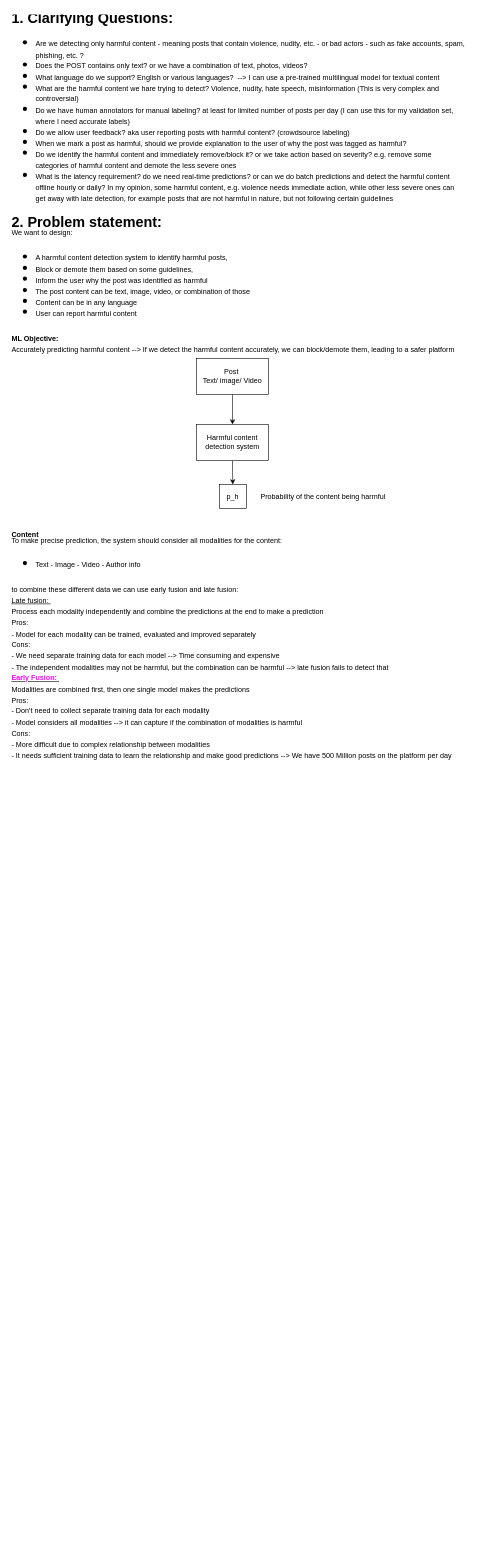
Before: Harmful_Content_Detection.drawio in SanazBehbahani/ML-System-Design, a draw.io diagram. Source tidied: cells renumbered, new cells numbered last; positions are measured from the earlier drawing's top-left corner, leaving out a move shared by most shapes. Both pictures are drawn from the tidied source at 60%, with x=0, y=0 at pixel (10, 10).
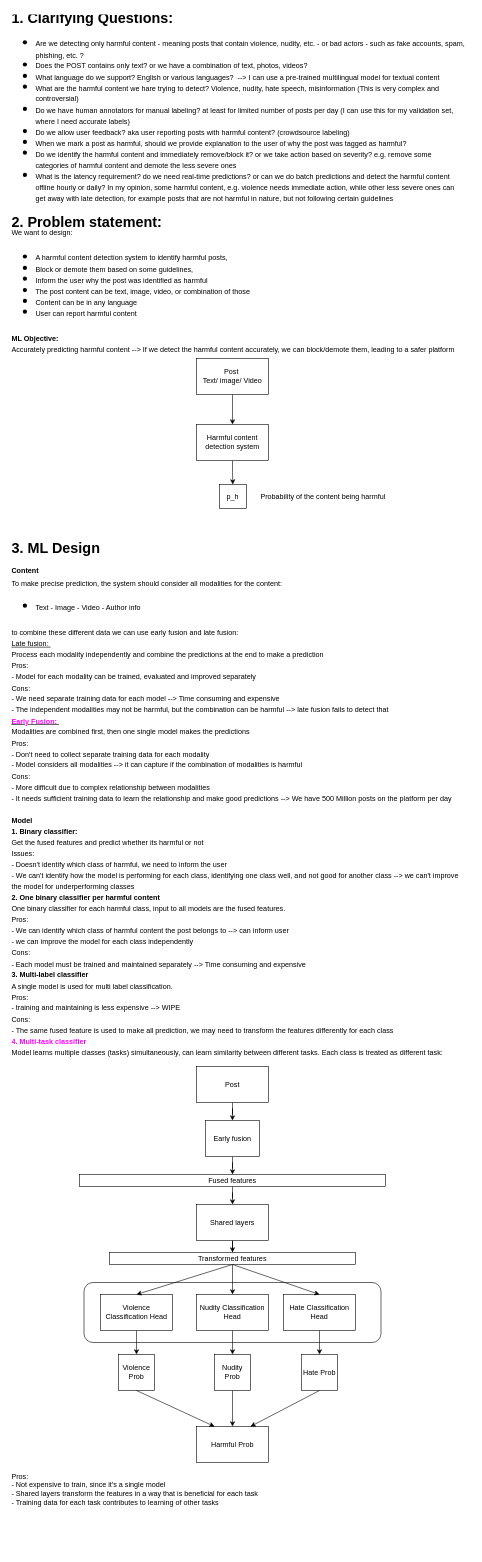
The same page after the edit.

The edit, as a diff of the source:
```diff
@@
+    <mxCell id="11" style="rounded=1;whiteSpace=wrap;html=1;labelBackgroundColor=default;" parent="1" vertex="1">
+      <mxGeometry x="122.5" y="2120" width="495" height="100" as="geometry" />
+    </mxCell>
@@
-    <mxCell id="10" value="&lt;b&gt;Content&lt;/b&gt;&lt;div style=&quot;line-height: 60%;&quot;&gt;To make&amp;nbsp;precise prediction, the system should consider all modalities for the content:&amp;nbsp;&lt;/div&gt;&lt;h1 style=&quot;margin-top: 0px; line-height: 60%;&quot;&gt;&lt;div style=&quot;line-height: 60%;&quot;&gt;&lt;ul style=&quot;line-height: 60%;&quot;&gt;&lt;li style=&quot;text-align: left;&quot;&gt;&lt;span style=&quot;font-size: 12px; font-weight: normal;&quot;&gt;Text - Image - Video - Author info&lt;/span&gt;&lt;/li&gt;&lt;/ul&gt;&lt;div style=&quot;text-align: left; line-height: 60%;&quot;&gt;&lt;span style=&quot;font-size: 12px; font-weight: normal;&quot;&gt;to combine these different data we can use early fusion and late fusion:&amp;nbsp;&lt;/span&gt;&lt;/div&gt;&lt;div style=&quot;text-align: left; line-height: 60%;&quot;&gt;&lt;span style=&quot;font-size: 12px; font-weight: normal;&quot;&gt;&lt;u&gt;Late fusion:&amp;nbsp;&lt;/u&gt;&lt;/span&gt;&lt;/div&gt;&lt;div style=&quot;text-align: left; line-height: 60%;&quot;&gt;&lt;span style=&quot;font-size: 12px; font-weight: normal;&quot;&gt;Process each modality independently and combine the predictions at the end to make a prediction&lt;/span&gt;&lt;/div&gt;&lt;div style=&quot;text-align: left; line-height: 60%;&quot;&gt;&lt;span style=&quot;font-size: 12px; font-weight: normal;&quot;&gt;Pros:&lt;/span&gt;&lt;/div&gt;&lt;div style=&quot;line-height: 60%;&quot;&gt;&lt;span style=&quot;font-size: 12px; font-weight: 400;&quot;&gt;- Model for each modality can be trained, evaluated and improved&amp;nbsp;separately&lt;/span&gt;&lt;/div&gt;&lt;div style=&quot;line-height: 60%;&quot;&gt;&lt;span style=&quot;font-size: 12px; font-weight: 400;&quot;&gt;Cons:&lt;/span&gt;&lt;/div&gt;&lt;div style=&quot;line-height: 60%;&quot;&gt;&lt;span style=&quot;font-size: 12px; font-weight: 400;&quot;&gt;- We need separate training data for each model --&amp;gt; Time consuming and expensive&lt;/span&gt;&lt;/div&gt;&lt;div style=&quot;line-height: 60%;&quot;&gt;&lt;span style=&quot;font-size: 12px; font-weight: 400;&quot;&gt;- The independent modalities may not be harmful, but the combination can be harmful --&amp;gt; late fusion fails to detect that&lt;/span&gt;&lt;/div&gt;&lt;div style=&quot;line-height: 60%;&quot;&gt;&lt;span style=&quot;font-size: 12px;&quot;&gt;&lt;u&gt;&lt;font color=&quot;#ff00ff&quot;&gt;Early Fusion:&amp;nbsp;&lt;/font&gt;&lt;/u&gt;&lt;/span&gt;&lt;/div&gt;&lt;div style=&quot;line-height: 60%;&quot;&gt;&lt;span style=&quot;font-size: 12px; font-weight: 400;&quot;&gt;Modalities are combined first, then one single model makes the predictions&lt;/span&gt;&lt;/div&gt;&lt;div style=&quot;line-height: 60%;&quot;&gt;&lt;span style=&quot;font-size: 12px; font-weight: 400;&quot;&gt;Pros:&amp;nbsp;&lt;/span&gt;&lt;/div&gt;&lt;div style=&quot;line-height: 60%;&quot;&gt;&lt;span style=&quot;font-size: 12px; font-weight: 400;&quot;&gt;- Don't need to collect separate training data for each modality&lt;/span&gt;&lt;/div&gt;&lt;div style=&quot;line-height: 60%;&quot;&gt;&lt;span style=&quot;font-size: 12px; font-weight: 400;&quot;&gt;- Model considers all modalities --&amp;gt; it can capture if the combination of modalities is harmful&lt;/span&gt;&lt;/div&gt;&lt;div style=&quot;line-height: 60%;&quot;&gt;&lt;span style=&quot;font-size: 12px; font-weight: 400;&quot;&gt;Cons:&amp;nbsp;&lt;/span&gt;&lt;/div&gt;&lt;div style=&quot;line-height: 60%;&quot;&gt;&lt;span style=&quot;font-size: 12px; font-weight: 400;&quot;&gt;- More difficult due to complex relationship between modalities&lt;/span&gt;&lt;/div&gt;&lt;div style=&quot;line-height: 60%;&quot;&gt;&lt;span style=&quot;font-size: 12px; font-weight: 400;&quot;&gt;- It needs sufficient training data to learn the relationship and make good predictions --&amp;gt; We have 500 Million posts on the platform per day&lt;/span&gt;&lt;/div&gt;&lt;div style=&quot;text-align: center; line-height: 60%;&quot;&gt;&lt;span style=&quot;font-size: 12px; font-weight: 400;&quot;&gt;&lt;br&gt;&lt;/span&gt;&lt;/div&gt;&lt;div style=&quot;text-align: left; line-height: 60%;&quot;&gt;&lt;span style=&quot;font-size: 12px; font-weight: 400;&quot;&gt;&lt;br&gt;&lt;/span&gt;&lt;/div&gt;&lt;/div&gt;&lt;div style=&quot;line-height: 60%;&quot;&gt;&lt;span style=&quot;font-size: 12px; font-weight: normal;&quot;&gt;&lt;br&gt;&lt;/span&gt;&lt;/div&gt;&lt;/h1&gt;" style="text;html=1;align=left;verticalAlign=top;whiteSpace=wrap;rounded=0;" parent="1" vertex="1">
+    <mxCell id="10" value="&lt;h4&gt;&lt;font style=&quot;font-size: 24px;&quot;&gt;3. ML Design&lt;/font&gt;&lt;/h4&gt;&lt;p style=&quot;line-height: 110%;&quot;&gt;&lt;b&gt;Content&lt;/b&gt;&lt;/p&gt;&lt;div style=&quot;line-height: 60%;&quot;&gt;To make&amp;nbsp;precise prediction, the system should consider all modalities for the content:&amp;nbsp;&lt;/div&gt;&lt;h1 style=&quot;margin-top: 0px; line-height: 60%;&quot;&gt;&lt;div style=&quot;line-height: 60%;&quot;&gt;&lt;ul style=&quot;line-height: 60%;&quot;&gt;&lt;li style=&quot;text-align: left;&quot;&gt;&lt;span style=&quot;font-size: 12px; font-weight: normal;&quot;&gt;Text - Image - Video - Author info&lt;/span&gt;&lt;/li&gt;&lt;/ul&gt;&lt;div style=&quot;text-align: left; line-height: 60%;&quot;&gt;&lt;span style=&quot;font-size: 12px; font-weight: normal;&quot;&gt;to combine these different data we can use early fusion and late fusion:&amp;nbsp;&lt;/span&gt;&lt;/div&gt;&lt;div style=&quot;text-align: left; line-height: 60%;&quot;&gt;&lt;span style=&quot;font-size: 12px; font-weight: normal;&quot;&gt;&lt;u&gt;Late fusion:&amp;nbsp;&lt;/u&gt;&lt;/span&gt;&lt;/div&gt;&lt;div style=&quot;text-align: left; line-height: 60%;&quot;&gt;&lt;span style=&quot;font-size: 12px; font-weight: normal;&quot;&gt;Process each modality independently and combine the predictions at the end to make a prediction&lt;/span&gt;&lt;/div&gt;&lt;div style=&quot;text-align: left; line-height: 60%;&quot;&gt;&lt;span style=&quot;font-size: 12px; font-weight: normal;&quot;&gt;Pros:&lt;/span&gt;&lt;/div&gt;&lt;div style=&quot;line-height: 60%;&quot;&gt;&lt;span style=&quot;font-size: 12px; font-weight: 400;&quot;&gt;- Model for each modality can be trained, evaluated and improved&amp;nbsp;separately&lt;/span&gt;&lt;/div&gt;&lt;div style=&quot;line-height: 60%;&quot;&gt;&lt;span style=&quot;font-size: 12px; font-weight: 400;&quot;&gt;Cons:&lt;/span&gt;&lt;/div&gt;&lt;div style=&quot;line-height: 60%;&quot;&gt;&lt;span style=&quot;font-size: 12px; font-weight: 400;&quot;&gt;- We need separate training data for each model --&amp;gt; Time consuming and expensive&lt;/span&gt;&lt;/div&gt;&lt;div style=&quot;line-height: 60%;&quot;&gt;&lt;span style=&quot;font-size: 12px; font-weight: 400;&quot;&gt;- The independent modalities may not be harmful, but the combination can be harmful --&amp;gt; late fusion fails to detect that&lt;/span&gt;&lt;/div&gt;&lt;div style=&quot;line-height: 60%;&quot;&gt;&lt;span style=&quot;font-size: 12px;&quot;&gt;&lt;u&gt;&lt;font color=&quot;#ff00ff&quot;&gt;Early Fusion:&amp;nbsp;&lt;/font&gt;&lt;/u&gt;&lt;/span&gt;&lt;/div&gt;&lt;div style=&quot;line-height: 60%;&quot;&gt;&lt;span style=&quot;font-size: 12px; font-weight: 400;&quot;&gt;Modalities are combined first, then one single model makes the predictions&lt;/span&gt;&lt;/div&gt;&lt;div style=&quot;line-height: 60%;&quot;&gt;&lt;span style=&quot;font-size: 12px; font-weight: 400;&quot;&gt;Pros:&amp;nbsp;&lt;/span&gt;&lt;/div&gt;&lt;div style=&quot;line-height: 60%;&quot;&gt;&lt;span style=&quot;font-size: 12px; font-weight: 400;&quot;&gt;- Don't need to collect separate training data for each modality&lt;/span&gt;&lt;/div&gt;&lt;div style=&quot;line-height: 60%;&quot;&gt;&lt;span style=&quot;font-size: 12px; font-weight: 400;&quot;&gt;- Model considers all modalities --&amp;gt; it can capture if the combination of modalities is harmful&lt;/span&gt;&lt;/div&gt;&lt;div style=&quot;line-height: 60%;&quot;&gt;&lt;span style=&quot;font-size: 12px; font-weight: 400;&quot;&gt;Cons:&amp;nbsp;&lt;/span&gt;&lt;/div&gt;&lt;div style=&quot;line-height: 60%;&quot;&gt;&lt;span style=&quot;font-size: 12px; font-weight: 400;&quot;&gt;- More difficult due to complex relationship between modalities&lt;/span&gt;&lt;/div&gt;&lt;div style=&quot;line-height: 60%;&quot;&gt;&lt;span style=&quot;font-size: 12px; font-weight: 400;&quot;&gt;- It needs sufficient training data to learn the relationship and make good predictions --&amp;gt; We have 500 Million posts on the platform per day&lt;/span&gt;&lt;/div&gt;&lt;div style=&quot;text-align: center; line-height: 60%;&quot;&gt;&lt;span style=&quot;font-size: 12px; font-weight: 400;&quot;&gt;&lt;br&gt;&lt;/span&gt;&lt;/div&gt;&lt;div style=&quot;text-align: left; line-height: 60%;&quot;&gt;&lt;span style=&quot;font-size: 12px;&quot;&gt;Model&lt;/span&gt;&lt;/div&gt;&lt;div style=&quot;text-align: left; line-height: 60%;&quot;&gt;&lt;span style=&quot;font-size: 12px;&quot;&gt;1. Binary classifier:&lt;/span&gt;&lt;/div&gt;&lt;div style=&quot;text-align: left; line-height: 60%;&quot;&gt;&lt;span style=&quot;font-size: 12px; font-weight: normal;&quot;&gt;Get the fused features and predict whether its harmful or not&lt;/span&gt;&lt;/div&gt;&lt;div style=&quot;text-align: left; line-height: 60%;&quot;&gt;&lt;span style=&quot;font-size: 12px; font-weight: normal;&quot;&gt;Issues:&amp;nbsp;&lt;/span&gt;&lt;/div&gt;&lt;div style=&quot;text-align: left; line-height: 60%;&quot;&gt;&lt;span style=&quot;font-size: 12px; font-weight: normal;&quot;&gt;- Doesn't identify which class of harmful, we need to inform the user&lt;/span&gt;&lt;/div&gt;&lt;div style=&quot;text-align: left; line-height: 60%;&quot;&gt;&lt;span style=&quot;font-size: 12px; font-weight: normal;&quot;&gt;- We can't identify how the model is performing for each class, identifying one class well, and not good for another class --&amp;gt; we can't improve the model for underperforming classes&lt;/span&gt;&lt;/div&gt;&lt;div style=&quot;text-align: left; line-height: 60%;&quot;&gt;&lt;span style=&quot;font-size: 12px;&quot;&gt;2. One binary classifier per harmful content&lt;/span&gt;&lt;/div&gt;&lt;div style=&quot;text-align: left; line-height: 60%;&quot;&gt;&lt;span style=&quot;font-size: 12px; font-weight: normal;&quot;&gt;One binary classifier for each harmful class, input to all models are the fused features.&amp;nbsp;&lt;/span&gt;&lt;/div&gt;&lt;div style=&quot;text-align: left; line-height: 60%;&quot;&gt;&lt;span style=&quot;font-size: 12px; font-weight: normal;&quot;&gt;Pros:&amp;nbsp;&lt;/span&gt;&lt;/div&gt;&lt;div style=&quot;text-align: left; line-height: 60%;&quot;&gt;&lt;span style=&quot;font-size: 12px; font-weight: normal;&quot;&gt;- We can identify which class of harmful content the post belongs to --&amp;gt; can inform user&lt;/span&gt;&lt;/div&gt;&lt;div style=&quot;text-align: left; line-height: 60%;&quot;&gt;&lt;span style=&quot;font-size: 12px; font-weight: normal;&quot;&gt;- we can improve the model for each class independently&lt;/span&gt;&lt;/div&gt;&lt;div style=&quot;text-align: left; line-height: 60%;&quot;&gt;&lt;span style=&quot;font-size: 12px; font-weight: normal;&quot;&gt;Cons:&amp;nbsp;&lt;/span&gt;&lt;/div&gt;&lt;div style=&quot;text-align: left; line-height: 60%;&quot;&gt;&lt;span style=&quot;font-size: 12px; font-weight: normal;&quot;&gt;- Each model must be trained and maintained&amp;nbsp;&lt;/span&gt;&lt;span style=&quot;font-size: 12px; font-weight: 400;&quot;&gt;separately --&amp;gt; Time consuming and expensive&lt;/span&gt;&lt;/div&gt;&lt;div style=&quot;text-align: left; line-height: 60%;&quot;&gt;&lt;span style=&quot;font-size: 12px;&quot;&gt;3. Multi-label classifier&lt;/span&gt;&lt;/div&gt;&lt;div style=&quot;text-align: left; line-height: 60%;&quot;&gt;&lt;span style=&quot;font-size: 12px; font-weight: normal;&quot;&gt;A single model is used for multi label classification.&amp;nbsp;&lt;/span&gt;&lt;/div&gt;&lt;div style=&quot;text-align: left; line-height: 60%;&quot;&gt;&lt;span style=&quot;font-size: 12px; font-weight: normal;&quot;&gt;Pros:&amp;nbsp;&lt;/span&gt;&lt;/div&gt;&lt;div style=&quot;text-align: left; line-height: 60%;&quot;&gt;&lt;span style=&quot;font-size: 12px; font-weight: normal;&quot;&gt;- training and maintaining is less expensive --&amp;gt; WIPE&lt;/span&gt;&lt;/div&gt;&lt;div style=&quot;text-align: left; line-height: 60%;&quot;&gt;&lt;span style=&quot;font-size: 12px; font-weight: normal;&quot;&gt;Cons:&amp;nbsp;&lt;/span&gt;&lt;/div&gt;&lt;div style=&quot;text-align: left; line-height: 60%;&quot;&gt;&lt;span style=&quot;font-size: 12px; font-weight: normal;&quot;&gt;- &lt;/span&gt;&lt;span style=&quot;font-size: 12px; font-weight: 400;&quot;&gt;The&lt;/span&gt;&lt;span style=&quot;font-size: 12px; font-weight: normal;&quot;&gt;&amp;nbsp;same fused feature is used to make all prediction, we may need to transform the features differently for each class&amp;nbsp;&lt;/span&gt;&lt;/div&gt;&lt;div style=&quot;text-align: left; line-height: 60%;&quot;&gt;&lt;span style=&quot;font-size: 12px;&quot;&gt;&lt;font color=&quot;#ff00ff&quot;&gt;4. Multi-task classifier&lt;/font&gt;&lt;/span&gt;&lt;/div&gt;&lt;div style=&quot;text-align: left; line-height: 60%;&quot;&gt;&lt;span style=&quot;caret-color: rgb(255, 0, 255); font-size: 12px; font-weight: normal;&quot;&gt;Model learns multiple classes (tasks) &lt;/span&gt;&lt;span style=&quot;caret-color: rgb(255, 0, 255); font-size: 12px; font-weight: 400;&quot;&gt;simultaneously, can learn similarity between different tasks. Each class is treated as different task:&amp;nbsp;&lt;/span&gt;&lt;/div&gt;&lt;/div&gt;&lt;div style=&quot;line-height: 60%;&quot;&gt;&lt;span style=&quot;font-size: 12px; font-weight: normal;&quot;&gt;&lt;br&gt;&lt;/span&gt;&lt;/div&gt;&lt;/h1&gt;&lt;p&gt;&lt;/p&gt;" style="text;html=1;align=left;verticalAlign=top;whiteSpace=wrap;rounded=0;" parent="1" vertex="1">
       <mxGeometry y="860" width="761" height="510" as="geometry" />
     </mxCell>
+    <mxCell id="12" style="edgeStyle=orthogonalEdgeStyle;rounded=0;jettySize=auto;html=1;" parent="1" edge="1" source="13" target="19">
+      <mxGeometry relative="1" as="geometry" />
+    </mxCell>
+    <mxCell id="13" value="Fused features" style="rounded=0;whiteSpace=wrap;html=1;" parent="1" vertex="1">
+      <mxGeometry x="115" y="1940" width="510" height="20" as="geometry" />
+    </mxCell>
+    <mxCell id="14" style="edgeStyle=orthogonalEdgeStyle;rounded=0;jettySize=auto;html=1;" parent="1" edge="1" source="15" target="17">
+      <mxGeometry relative="1" as="geometry" />
+    </mxCell>
+    <mxCell id="15" value="Post" style="rounded=0;whiteSpace=wrap;html=1;" parent="1" vertex="1">
+      <mxGeometry x="310" y="1760" width="120" height="60" as="geometry" />
+    </mxCell>
+    <mxCell id="16" style="edgeStyle=orthogonalEdgeStyle;rounded=0;jettySize=auto;html=1;" parent="1" edge="1" source="17" target="13">
+      <mxGeometry relative="1" as="geometry" />
+    </mxCell>
+    <mxCell id="17" value="Early fusion" style="rounded=0;whiteSpace=wrap;html=1;" parent="1" vertex="1">
+      <mxGeometry x="325" y="1850" width="90" height="60" as="geometry" />
+    </mxCell>
+    <mxCell id="18" style="edgeStyle=orthogonalEdgeStyle;rounded=0;jettySize=auto;html=1;" parent="1" edge="1" source="19" target="21">
+      <mxGeometry relative="1" as="geometry" />
+    </mxCell>
+    <mxCell id="19" value="Shared layers" style="rounded=0;whiteSpace=wrap;html=1;" parent="1" vertex="1">
+      <mxGeometry x="310" y="1990" width="120" height="60" as="geometry" />
+    </mxCell>
+    <mxCell id="20" style="edgeStyle=orthogonalEdgeStyle;rounded=0;jettySize=auto;html=1;" parent="1" edge="1" source="21" target="25">
+      <mxGeometry relative="1" as="geometry" />
+    </mxCell>
+    <mxCell id="21" value="Transformed features" style="rounded=0;whiteSpace=wrap;html=1;" parent="1" vertex="1">
+      <mxGeometry x="165" y="2070" width="410" height="20" as="geometry" />
+    </mxCell>
+    <mxCell id="22" style="edgeStyle=orthogonalEdgeStyle;rounded=0;jettySize=auto;html=1;" parent="1" edge="1" source="23" target="30">
+      <mxGeometry relative="1" as="geometry" />
+    </mxCell>
+    <mxCell id="23" value="Violence Classification Head" style="rounded=0;whiteSpace=wrap;html=1;" parent="1" vertex="1">
+      <mxGeometry x="150" y="2140" width="120" height="60" as="geometry" />
+    </mxCell>
+    <mxCell id="24" style="edgeStyle=orthogonalEdgeStyle;rounded=0;jettySize=auto;html=1;" parent="1" edge="1" source="25" target="32">
+      <mxGeometry relative="1" as="geometry" />
+    </mxCell>
+    <mxCell id="25" value="Nudity Classification Head" style="rounded=0;whiteSpace=wrap;html=1;" parent="1" vertex="1">
+      <mxGeometry x="310" y="2140" width="120" height="60" as="geometry" />
+    </mxCell>
+    <mxCell id="26" style="edgeStyle=orthogonalEdgeStyle;rounded=0;jettySize=auto;html=1;" parent="1" edge="1" source="27" target="33">
+      <mxGeometry relative="1" as="geometry" />
+    </mxCell>
+    <mxCell id="27" value="Hate Classification Head" style="rounded=0;whiteSpace=wrap;html=1;" parent="1" vertex="1">
+      <mxGeometry x="455" y="2140" width="120" height="60" as="geometry" />
+    </mxCell>
+    <mxCell id="28" style="endArrow=classic;html=1;rounded=0;exitX=0.5;exitY=1;exitDx=0;exitDy=0;entryX=0.5;entryY=0;entryDx=0;entryDy=0;" parent="1" edge="1" source="21" target="23">
+      <mxGeometry relative="1" as="geometry" />
+    </mxCell>
+    <mxCell id="29" style="endArrow=classic;html=1;rounded=0;exitX=0.5;exitY=1;exitDx=0;exitDy=0;entryX=0.5;entryY=0;entryDx=0;entryDy=0;" parent="1" edge="1" source="21" target="27">
+      <mxGeometry relative="1" as="geometry" />
+    </mxCell>
+    <mxCell id="30" value="Violence Prob" style="rounded=0;whiteSpace=wrap;html=1;" parent="1" vertex="1">
+      <mxGeometry x="180" y="2240" width="60" height="60" as="geometry" />
+    </mxCell>
+    <mxCell id="31" style="edgeStyle=orthogonalEdgeStyle;rounded=0;jettySize=auto;html=1;" parent="1" edge="1" source="32" target="35">
+      <mxGeometry relative="1" as="geometry" />
+    </mxCell>
+    <mxCell id="32" value="Nudity Prob" style="rounded=0;whiteSpace=wrap;html=1;" parent="1" vertex="1">
+      <mxGeometry x="340" y="2240" width="60" height="60" as="geometry" />
+    </mxCell>
+    <mxCell id="33" value="Hate Prob" style="rounded=0;whiteSpace=wrap;html=1;" parent="1" vertex="1">
+      <mxGeometry x="485" y="2240" width="60" height="60" as="geometry" />
+    </mxCell>
+    <mxCell id="34" value="Pros:&amp;nbsp;&lt;div&gt;- Not expensive to train, since it's a single model&lt;/div&gt;&lt;div&gt;- Shared layers transform the features in a way that is beneficial for each task&lt;/div&gt;&lt;div&gt;- Training data for each task contributes to learning of other tasks&lt;/div&gt;&lt;div&gt;&amp;nbsp;&lt;/div&gt;" style="text;html=1;align=left;verticalAlign=top;whiteSpace=wrap;rounded=0;" parent="1" vertex="1">
+      <mxGeometry y="2430" width="770" height="140" as="geometry" />
+    </mxCell>
+    <mxCell id="35" value="Harmful Prob" style="rounded=0;whiteSpace=wrap;html=1;" parent="1" vertex="1">
+      <mxGeometry x="310" y="2360" width="120" height="60" as="geometry" />
+    </mxCell>
+    <mxCell id="36" style="endArrow=classic;html=1;rounded=0;exitX=0.5;exitY=1;exitDx=0;exitDy=0;entryX=0.25;entryY=0;entryDx=0;entryDy=0;" parent="1" edge="1" source="30" target="35">
+      <mxGeometry relative="1" as="geometry" />
+    </mxCell>
+    <mxCell id="37" style="endArrow=classic;html=1;rounded=0;exitX=0.5;exitY=1;exitDx=0;exitDy=0;entryX=0.75;entryY=0;entryDx=0;entryDy=0;" parent="1" edge="1" source="33" target="35">
+      <mxGeometry relative="1" as="geometry" />
+    </mxCell>
```
